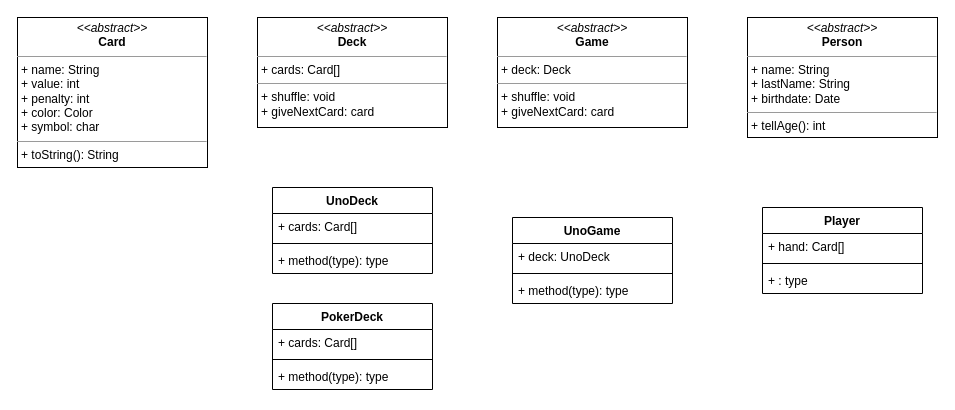
The draw.io diagram model.drawio in iham/cardgameapp, before the edit. Source tidied: cells renumbered, new cells numbered last; positions are measured from the earlier drawing's top-left corner, leaving out a move shared by most shapes. Both pictures are drawn from the tidied source at 100%, with x=0, y=0 at pixel (17, 17).
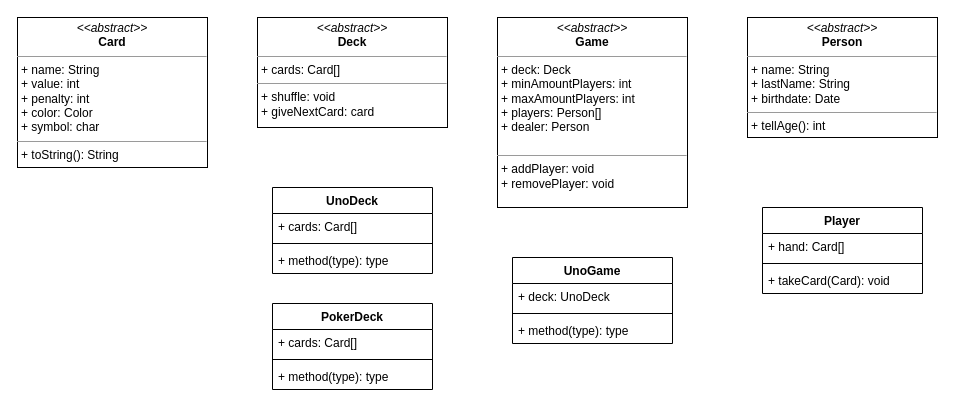
The same diagram, later.

The change refers to these unchanged cells:
```xml
<mxCell id="18" value="Player" style="swimlane;fontStyle=1;align=center;verticalAlign=top;horizontal=1;startSize=26;" parent="1" vertex="1">
  <mxGeometry x="745" y="190" width="160" height="86" as="geometry" />
</mxCell>
```

The edit, as a diff of the source:
```diff
@@
-    <mxCell id="4" value="&lt;p style=&quot;margin: 0px ; margin-top: 4px ; text-align: center&quot;&gt;&lt;i&gt;&amp;lt;&amp;lt;abstract&amp;gt;&amp;gt;&lt;/i&gt;&lt;br&gt;&lt;b&gt;Game&lt;/b&gt;&lt;/p&gt;&lt;hr size=&quot;1&quot;&gt;&lt;p style=&quot;margin: 0px ; margin-left: 4px&quot;&gt;+ deck: Deck&lt;br&gt;&lt;/p&gt;&lt;hr size=&quot;1&quot;&gt;&lt;p style=&quot;margin: 0px ; margin-left: 4px&quot;&gt;+ shuffle: void&lt;br style=&quot;padding: 0px ; margin: 0px&quot;&gt;+ giveNextCard: card&lt;br&gt;&lt;/p&gt;" style="verticalAlign=top;align=left;overflow=fill;fontSize=12;fontFamily=Helvetica;html=1;" parent="1" vertex="1">
-      <mxGeometry x="480" width="190" height="110" as="geometry" />
+    <mxCell id="4" value="&lt;p style=&quot;margin: 0px ; margin-top: 4px ; text-align: center&quot;&gt;&lt;i&gt;&amp;lt;&amp;lt;abstract&amp;gt;&amp;gt;&lt;/i&gt;&lt;br&gt;&lt;b&gt;Game&lt;/b&gt;&lt;/p&gt;&lt;hr size=&quot;1&quot;&gt;&lt;p style=&quot;margin: 0px ; margin-left: 4px&quot;&gt;+ deck: Deck&lt;br&gt;&lt;/p&gt;&lt;p style=&quot;margin: 0px ; margin-left: 4px&quot;&gt;+ minAmountPlayers: int&lt;/p&gt;&lt;p style=&quot;margin: 0px ; margin-left: 4px&quot;&gt;+ maxAmountPlayers: int&lt;br&gt;&lt;/p&gt;&lt;p style=&quot;margin: 0px ; margin-left: 4px&quot;&gt;+ players: Person[]&lt;/p&gt;&lt;p style=&quot;margin: 0px ; margin-left: 4px&quot;&gt;+ dealer: Person&lt;/p&gt;&lt;div&gt;&lt;br&gt;&lt;/div&gt;&lt;hr size=&quot;1&quot;&gt;&lt;p style=&quot;margin: 0px ; margin-left: 4px&quot;&gt;+ addPlayer: void&lt;br style=&quot;padding: 0px ; margin: 0px&quot;&gt;+ removePlayer: void&lt;br&gt;&lt;/p&gt;" style="verticalAlign=top;align=left;overflow=fill;fontSize=12;fontFamily=Helvetica;html=1;" parent="1" vertex="1">
+      <mxGeometry x="480" width="190" height="190" as="geometry" />
     </mxCell>
@@
     <mxCell id="6" value="UnoGame" style="swimlane;fontStyle=1;align=center;verticalAlign=top;horizontal=1;startSize=26;" parent="1" vertex="1">
-      <mxGeometry x="495" y="200" width="160" height="86" as="geometry" />
+      <mxGeometry x="495" y="240" width="160" height="86" as="geometry" />
     </mxCell>
@@
-    <mxCell id="21" value="+ : type" style="text;strokeColor=none;fillColor=none;align=left;verticalAlign=top;spacingLeft=4;spacingRight=4;overflow=hidden;" parent="18" vertex="1">
+    <mxCell id="21" value="+ takeCard(Card): void" style="text;strokeColor=none;fillColor=none;align=left;verticalAlign=top;spacingLeft=4;spacingRight=4;overflow=hidden;" parent="18" vertex="1">
       <mxGeometry y="60" width="160" height="26" as="geometry" />
     </mxCell>
```
